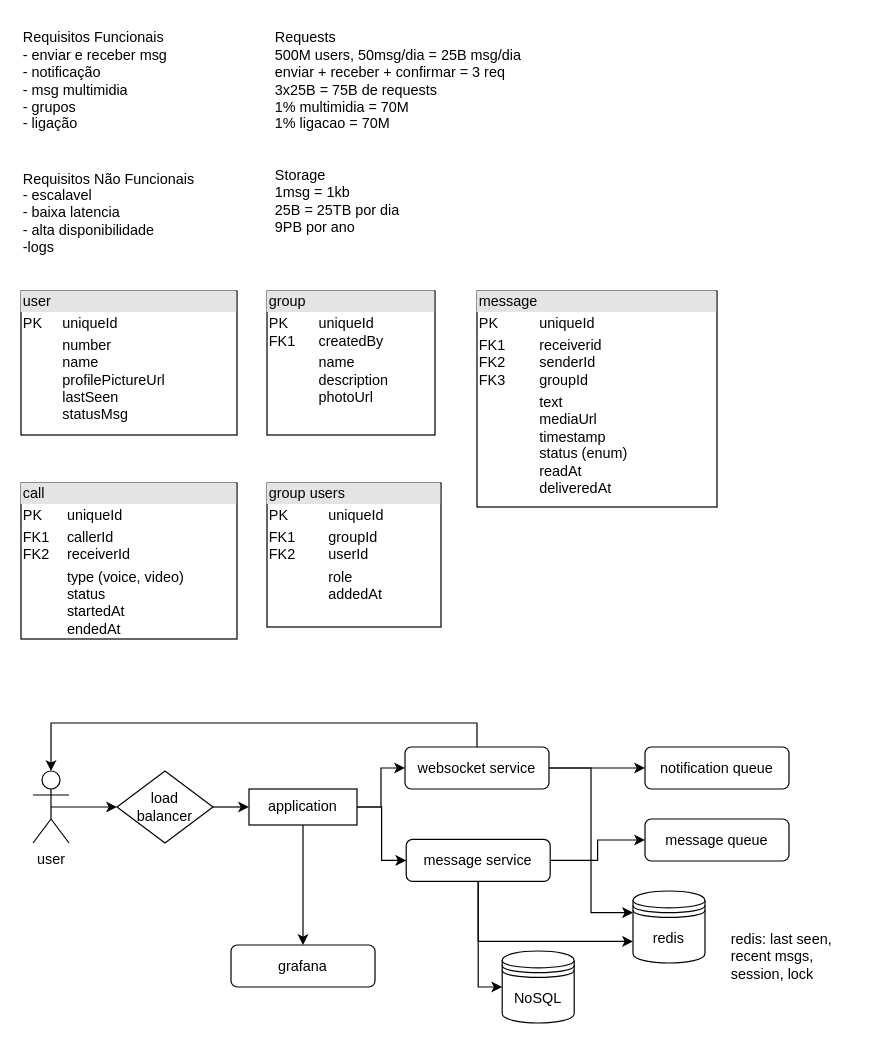
Above: whatsapp.drawio in barbs-pm/lld (draw.io), before the change. Source tidied: cells renumbered, new cells numbered last; positions are measured from the earlier drawing's top-left corner, leaving out a move shared by most shapes. Both pictures are drawn from the tidied source at 120%, with x=0, y=0 at pixel (20, 20).
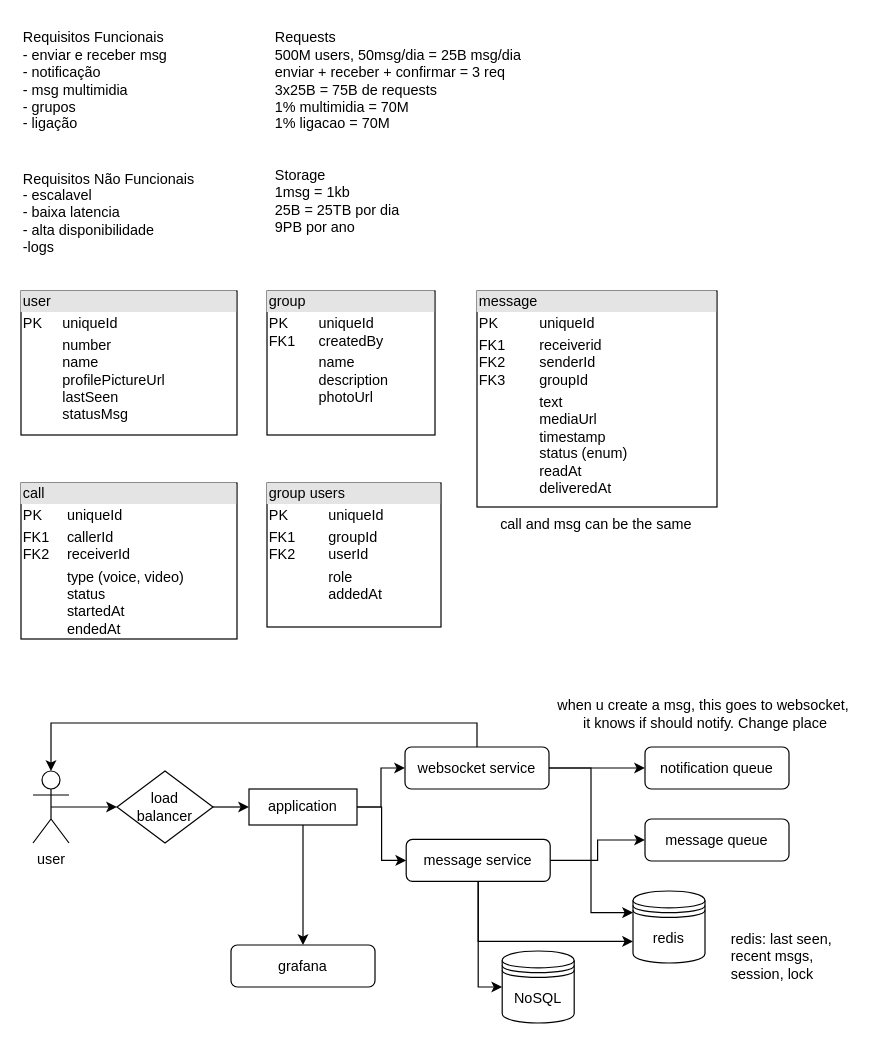
The same page after the edit.

Commit message:
add todos whatsapp

The edit, as a diff of the source:
```diff
@@
+    <mxCell id="33" value="call and msg can be the same" style="text;html=1;align=center;verticalAlign=middle;strokeColor=none;fillColor=none;" parent="1" vertex="1">
+      <mxGeometry x="389" y="405" width="180" height="30" as="geometry" />
+    </mxCell>
+    <mxCell id="34" value="when u create a msg, this goes to websocket,&amp;nbsp;&lt;div&gt;it knows if should notify. Change place&lt;/div&gt;" style="text;html=1;align=center;verticalAlign=middle;strokeColor=none;fillColor=none;" parent="1" vertex="1">
+      <mxGeometry x="435" y="558" width="270" height="40" as="geometry" />
+    </mxCell>
```
